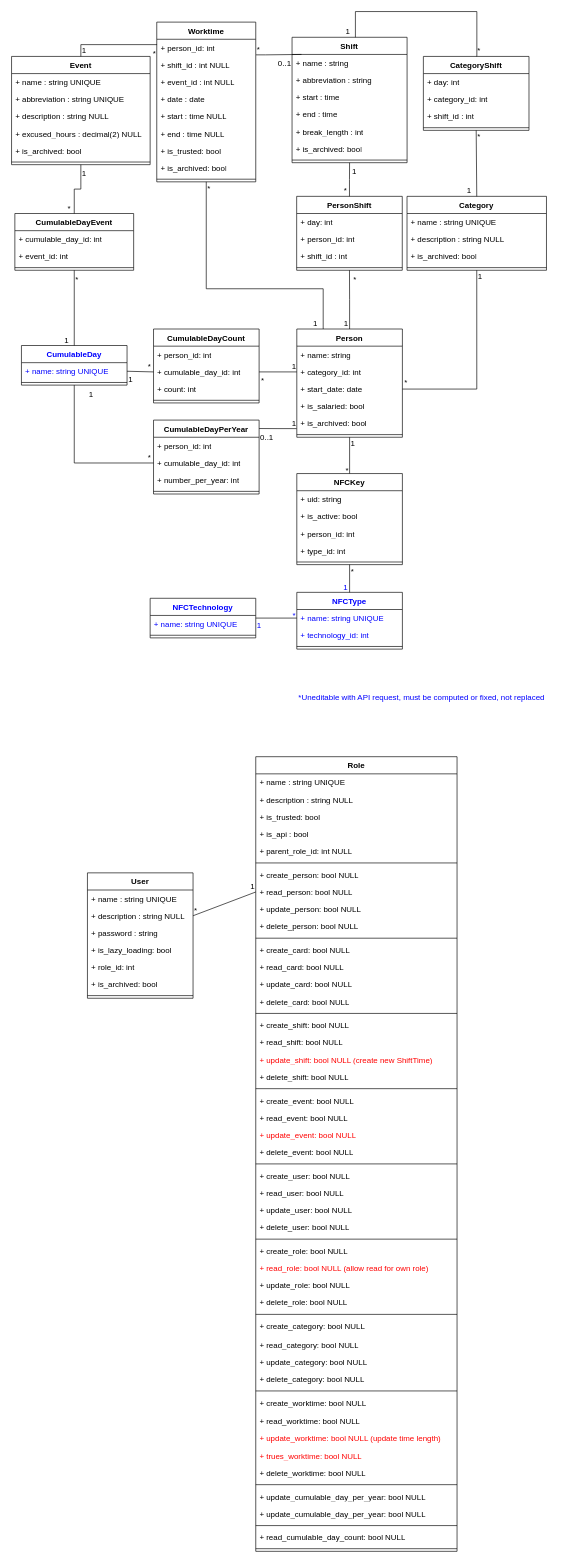
Before: TimeManagerMLD.drawio in FrShao/TimeManager, a draw.io diagram. Source tidied: cells renumbered, new cells numbered last; positions are measured from the earlier drawing's top-left corner, leaving out a move shared by most shapes. Both pictures are drawn from the tidied source at 66%, with x=0, y=0 at pixel (11, 11).
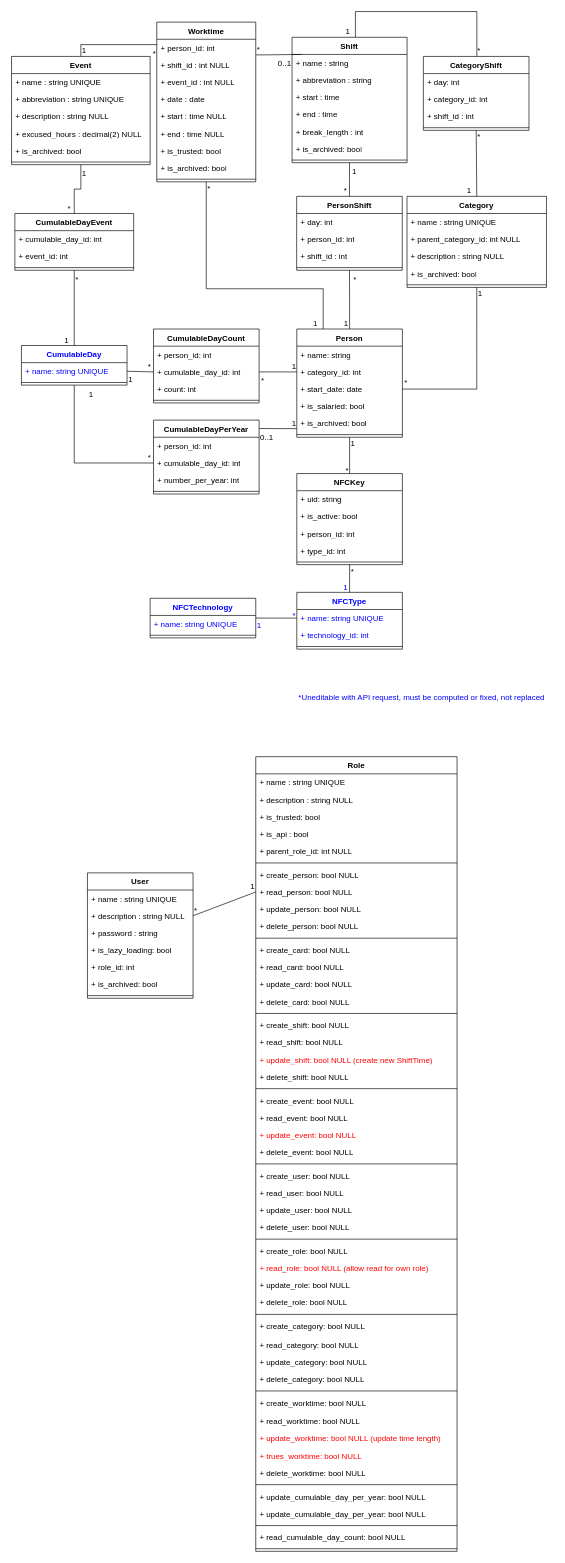
The same diagram, later.

Commit message:
Mettre à jour TimeManagerMLD.drawio

What changed in the source:
```diff
@@
     <mxCell id="62" value="Category" style="swimlane;fontStyle=1;align=center;verticalAlign=top;horizontal=1;startSize=26;whiteSpace=wrap;html=1;" parent="1" vertex="1">
-      <mxGeometry x="599.2" y="280" width="211.3" height="112" as="geometry" />
+      <mxGeometry x="599.2" y="280" width="211.3" height="138" as="geometry" />
     </mxCell>
@@
+    <mxCell id="195" value="+ parent_category_id: int NULL" style="text;strokeColor=none;fillColor=none;align=left;verticalAlign=top;spacingLeft=4;spacingRight=4;overflow=hidden;whiteSpace=wrap;html=1;" parent="62" vertex="1">
+      <mxGeometry y="52" width="211.3" height="26" as="geometry" />
+    </mxCell>
     <mxCell id="64" value="+ description : string NULL" style="text;strokeColor=none;fillColor=none;align=left;verticalAlign=top;spacingLeft=4;spacingRight=4;overflow=hidden;whiteSpace=wrap;html=1;" parent="62" vertex="1">
-      <mxGeometry y="52" width="211.3" height="26" as="geometry" />
+      <mxGeometry y="78" width="211.3" height="26" as="geometry" />
     </mxCell>
     <mxCell id="65" value="+ is_archived: bool" style="text;strokeColor=none;fillColor=none;align=left;verticalAlign=top;spacingLeft=4;spacingRight=4;overflow=hidden;whiteSpace=wrap;html=1;" parent="62" vertex="1">
-      <mxGeometry y="78" width="211.3" height="26" as="geometry" />
+      <mxGeometry y="104" width="211.3" height="26" as="geometry" />
     </mxCell>
     <mxCell id="66" style="line;strokeWidth=1;fillColor=none;align=left;verticalAlign=middle;spacingTop=-1;spacingLeft=3;spacingRight=3;labelPosition=right;strokeColor=inherit;" parent="62" vertex="1">
-      <mxGeometry y="104" width="211.3" height="8" as="geometry" />
+      <mxGeometry y="130" width="211.3" height="8" as="geometry" />
     </mxCell>
```
